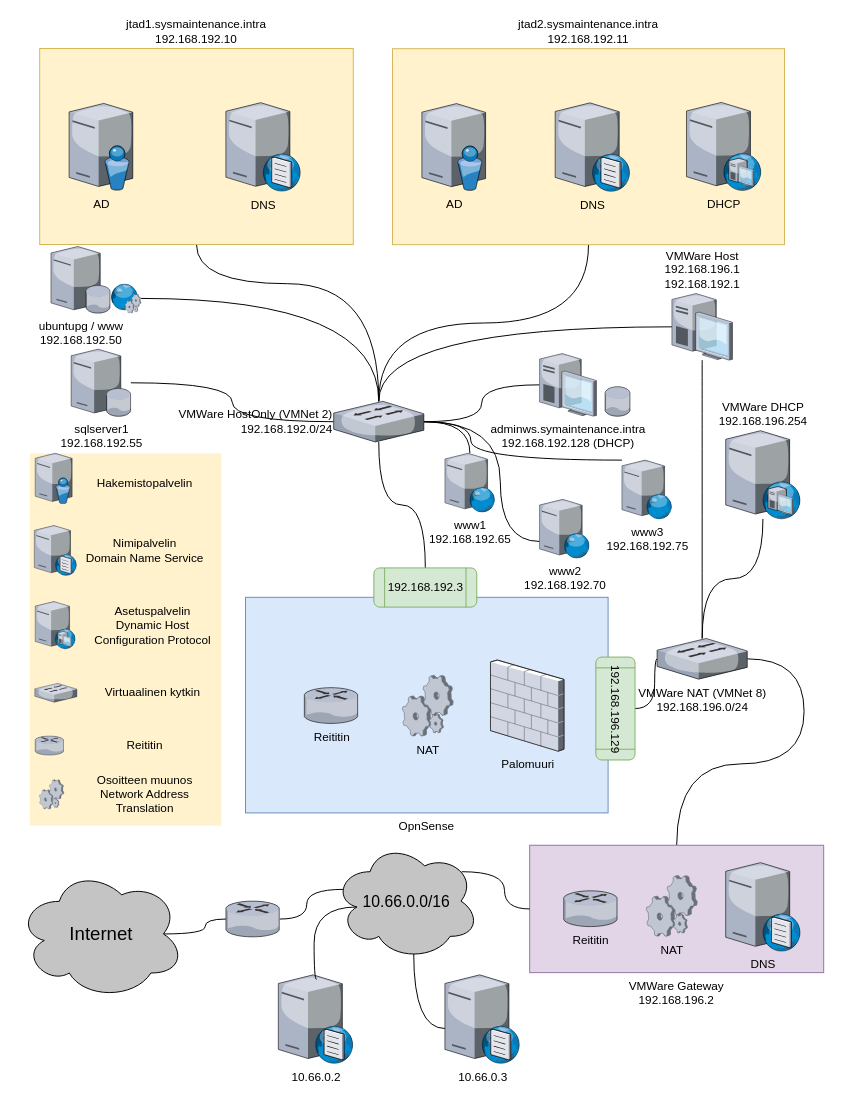
Earlier version of the draw.io diagram docs/pictures/JTVerkko.drawio (TiViOpetus/Jtuki). Source tidied: cells renumbered, new cells numbered last; positions are measured from the earlier drawing's top-left corner, leaving out a move shared by most shapes. Both pictures are drawn from the tidied source at 98%, with x=0, y=0 at pixel (18, 48).
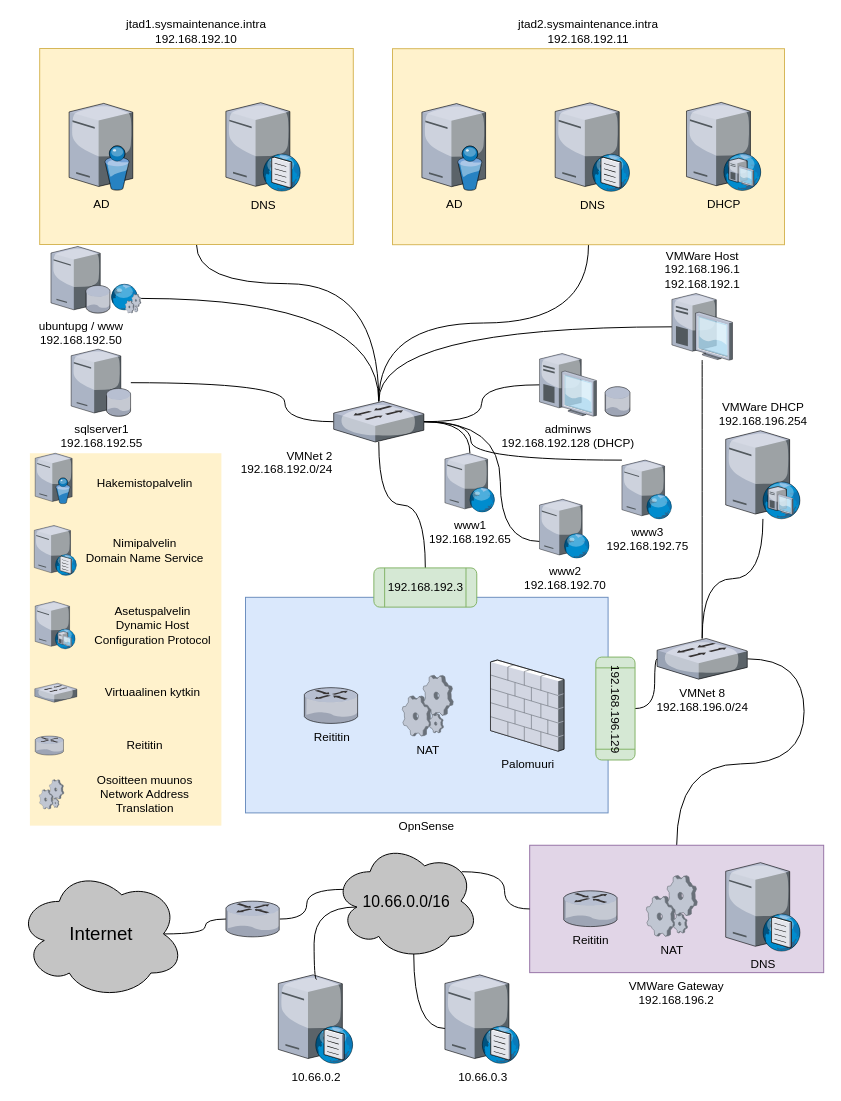
The same diagram, later.

Unchanged cells that the change refers to:
```xml
<mxCell id="66" value="sqlserver1&lt;br&gt;192.168.192.55" style="verticalLabelPosition=bottom;sketch=0;html=1;verticalAlign=top;strokeColor=none;align=center;outlineConnect=0;shape=mxgraph.citrix.database_server;" parent="1" vertex="1">
  <mxGeometry x="54.1" y="306.8" width="60.9" height="68.5" as="geometry" />
</mxCell>
```

Change to the diagram source:
```diff
@@
-    <mxCell id="13" value="VMWare NAT (VMNet 8)&lt;br&gt;192.168.196.0/24" style="verticalLabelPosition=bottom;sketch=0;html=1;verticalAlign=top;strokeColor=none;align=center;outlineConnect=0;shape=mxgraph.citrix.switch;rounded=1;shadow=0;glass=0;" parent="1" vertex="1">
+    <mxCell id="13" value="VMNet 8&lt;br&gt;192.168.196.0/24" style="verticalLabelPosition=bottom;sketch=0;html=1;verticalAlign=top;strokeColor=none;align=center;outlineConnect=0;shape=mxgraph.citrix.switch;rounded=1;shadow=0;glass=0;" parent="1" vertex="1">
       <mxGeometry x="652" y="602" width="92" height="41.5" as="geometry" />
     </mxCell>
@@
     <mxCell id="15" style="edgeStyle=orthogonalEdgeStyle;jettySize=auto;html=1;curved=1;endArrow=none;endFill=0;" parent="1" edge="1" source="19" target="66">
-      <mxGeometry relative="1" as="geometry" />
+      <mxGeometry relative="1" as="geometry">
+        <Array as="points">
+          <mxPoint x="272" y="381" />
+          <mxPoint x="272" y="341" />
+        </Array>
+      </mxGeometry>
     </mxCell>
@@
-    <mxCell id="19" value="VMWare HostOnly (VMNet 2)&lt;br&gt;192.168.192.0/24" style="verticalLabelPosition=middle;sketch=0;html=1;verticalAlign=middle;strokeColor=none;align=right;outlineConnect=0;shape=mxgraph.citrix.switch;rounded=1;shadow=0;glass=0;labelPosition=left;" parent="1" vertex="1">
+    <mxCell id="19" value="VMNet 2&lt;br&gt;192.168.192.0/24" style="verticalLabelPosition=bottom;sketch=0;html=1;verticalAlign=top;strokeColor=none;align=right;outlineConnect=0;shape=mxgraph.citrix.switch;rounded=1;shadow=0;glass=0;labelPosition=left;" parent="1" vertex="1">
       <mxGeometry x="322" y="360" width="92" height="41.5" as="geometry" />
     </mxCell>
@@
-    <mxCell id="64" value="adminws.symaintenance.intra&lt;br&gt;192.168.192.128 (DHCP)" style="verticalLabelPosition=bottom;sketch=0;html=1;verticalAlign=top;strokeColor=none;align=center;outlineConnect=0;shape=mxgraph.citrix.desktop;" parent="1" vertex="1">
+    <mxCell id="64" value="adminws&lt;br&gt;192.168.192.128 (DHCP)" style="verticalLabelPosition=bottom;sketch=0;html=1;verticalAlign=top;strokeColor=none;align=center;outlineConnect=0;shape=mxgraph.citrix.desktop;" parent="1" vertex="1">
       <mxGeometry x="532" y="311.2" width="58.1" height="64" as="geometry" />
     </mxCell>
```
